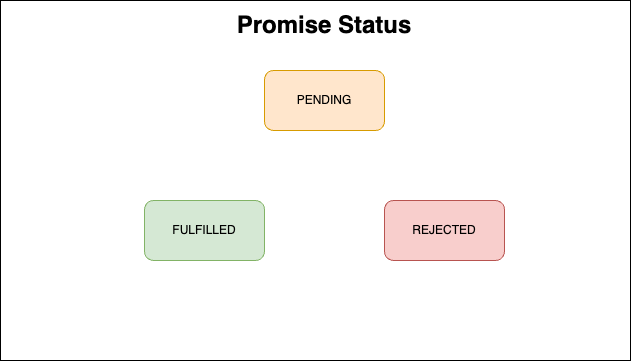
Above: promise/imgs/未命名绘图.drawio.png in nangong1994/Interview (draw.io), before the change. Source tidied: cells renumbered, new cells last; positions are measured from the earlier drawing's top-left corner, leaving out a move shared by most shapes.
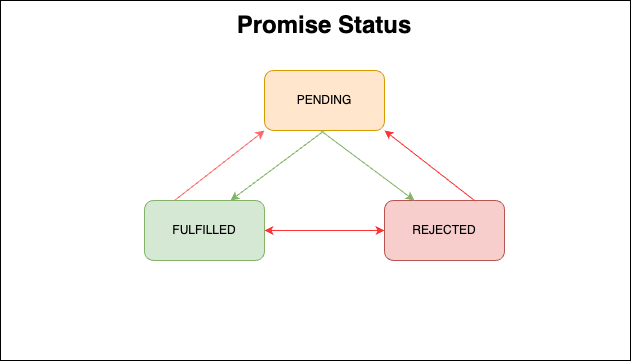
Above is the later version.

Commit message:
更新未命名绘图.drawio.png

Diff of the diagram source:
```diff
@@ -17,5 +17,24 @@
     <mxCell id="6" value="REJECTED" style="rounded=1;whiteSpace=wrap;html=1;fillColor=#f8cecc;strokeColor=#b85450;" parent="1" vertex="1">
       <mxGeometry x="384" y="200" width="120" height="60" as="geometry" />
     </mxCell>
+    <mxCell id="7" style="endArrow=classic;html=1;rounded=0;exitX=0.5;exitY=1;exitDx=0;exitDy=0;fillColor=#d5e8d4;strokeColor=#82b366;" parent="1" edge="1" source="4">
+      <mxGeometry relative="1" as="geometry">
+        <mxPoint x="230" y="200" as="targetPoint" />
+      </mxGeometry>
+    </mxCell>
+    <mxCell id="8" style="endArrow=classic;html=1;rounded=0;entryX=0.25;entryY=0;entryDx=0;entryDy=0;fillColor=#d5e8d4;strokeColor=#82b366;" parent="1" edge="1" target="6">
+      <mxGeometry relative="1" as="geometry">
+        <mxPoint x="320" y="130" as="sourcePoint" />
+      </mxGeometry>
+    </mxCell>
+    <mxCell id="9" style="endArrow=classic;html=1;rounded=0;exitX=1;exitY=0.5;exitDx=0;exitDy=0;entryX=0;entryY=0.5;entryDx=0;entryDy=0;startArrow=classic;startFill=1;strokeColor=#FF3333;" parent="1" edge="1" source="5" target="6">
+      <mxGeometry relative="1" as="geometry" />
+    </mxCell>
+    <mxCell id="10" style="endArrow=classic;html=1;rounded=0;exitX=0.25;exitY=0;exitDx=0;exitDy=0;entryX=0;entryY=1;entryDx=0;entryDy=0;strokeColor=#FF6666;" parent="1" edge="1" source="5" target="4">
+      <mxGeometry relative="1" as="geometry" />
+    </mxCell>
+    <mxCell id="11" style="endArrow=classic;html=1;rounded=0;exitX=0.75;exitY=0;exitDx=0;exitDy=0;entryX=1;entryY=1;entryDx=0;entryDy=0;strokeColor=#FF3333;" parent="1" edge="1" source="6" target="4">
+      <mxGeometry relative="1" as="geometry" />
+    </mxCell>
   </root>
 </mxGraphModel>
```
